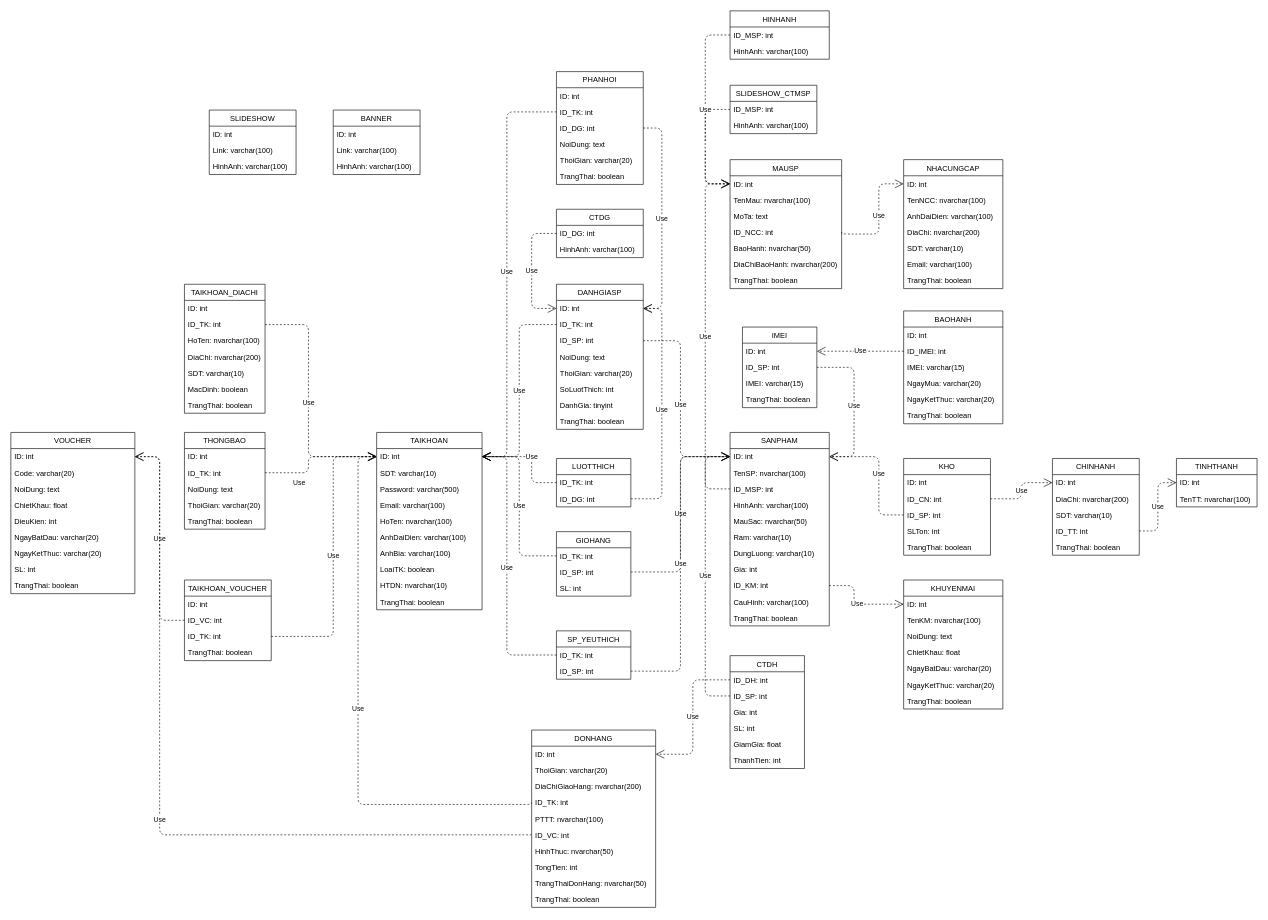
Earlier version of the draw.io diagram Mô hình/ClassDiagram_CSDL.drawio (LammVuu/DATT). Source tidied: cells renumbered, new cells numbered last; positions are measured from the earlier drawing's top-left corner, leaving out a move shared by most shapes. Both pictures are drawn from the tidied source at 62%, with x=0, y=0 at pixel (11, 11).
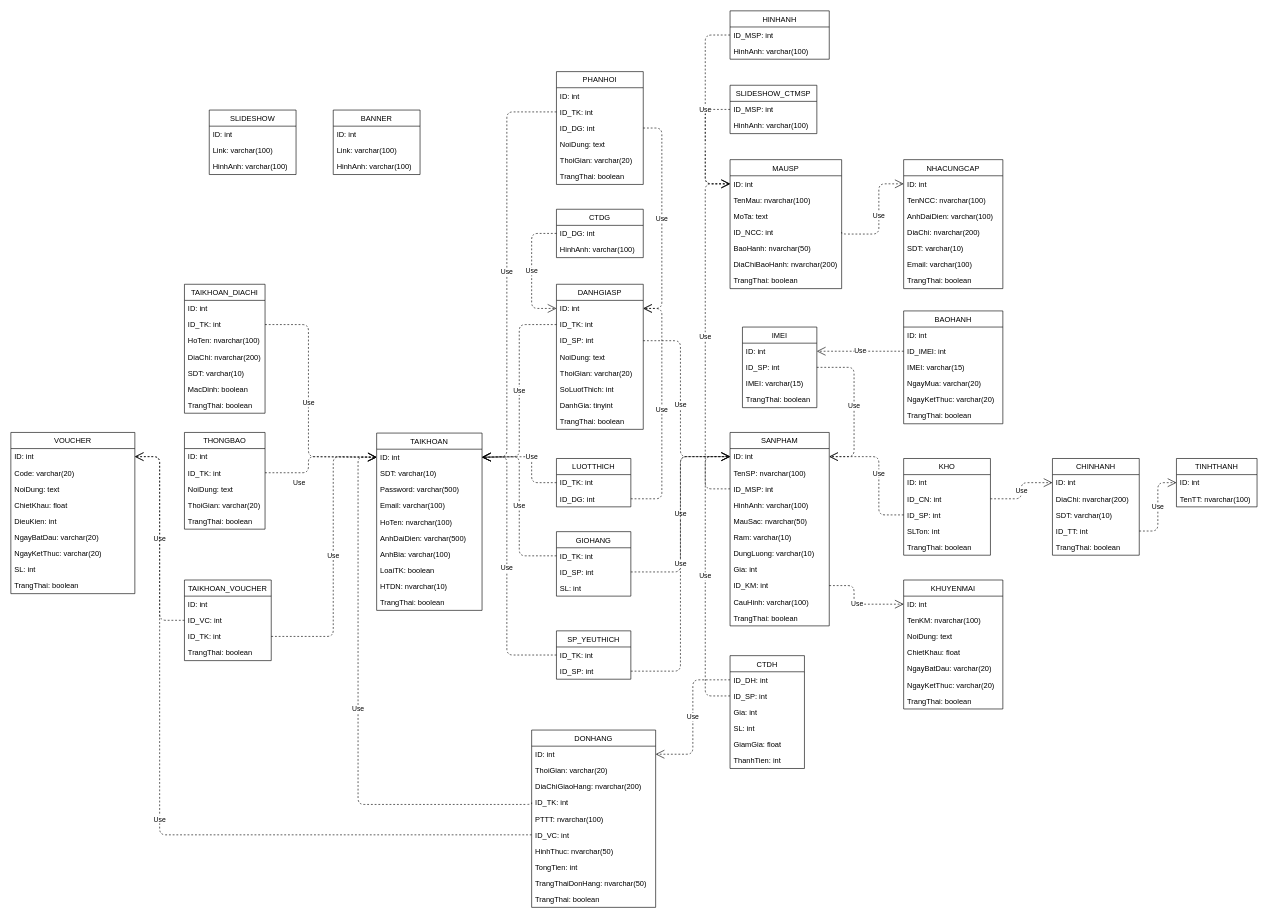
The same page after the edit.

What changed in the source:
```diff
@@
     <mxCell id="56" value="TAIKHOAN" style="swimlane;fontStyle=0;horizontal=1;startSize=26;fillColor=none;" parent="1" vertex="1">
-      <mxGeometry x="590" y="680" width="170" height="286" as="geometry" />
+      <mxGeometry x="590" y="681" width="170" height="286" as="geometry" />
     </mxCell>
@@
-    <mxCell id="62" value="AnhDaiDien: varchar(100)" style="text;strokeColor=none;fillColor=none;align=left;verticalAlign=top;spacingLeft=4;spacingRight=4;overflow=hidden;" parent="56" vertex="1">
+    <mxCell id="62" value="AnhDaiDien: varchar(500)" style="text;strokeColor=none;fillColor=none;align=left;verticalAlign=top;spacingLeft=4;spacingRight=4;overflow=hidden;" parent="56" vertex="1">
       <mxGeometry y="156" width="170" height="26" as="geometry" />
     </mxCell>
@@
-    <mxCell id="64" value="LoaiTK: boolean" style="text;strokeColor=none;fillColor=none;align=left;verticalAlign=top;spacingLeft=4;spacingRight=4;overflow=hidden;" parent="56" vertex="1">
+    <mxCell id="64" value="LoaiTK: boolean&#10;" style="text;strokeColor=none;fillColor=none;align=left;verticalAlign=top;spacingLeft=4;spacingRight=4;overflow=hidden;" parent="56" vertex="1">
       <mxGeometry y="208" width="170" height="26" as="geometry" />
     </mxCell>
```
